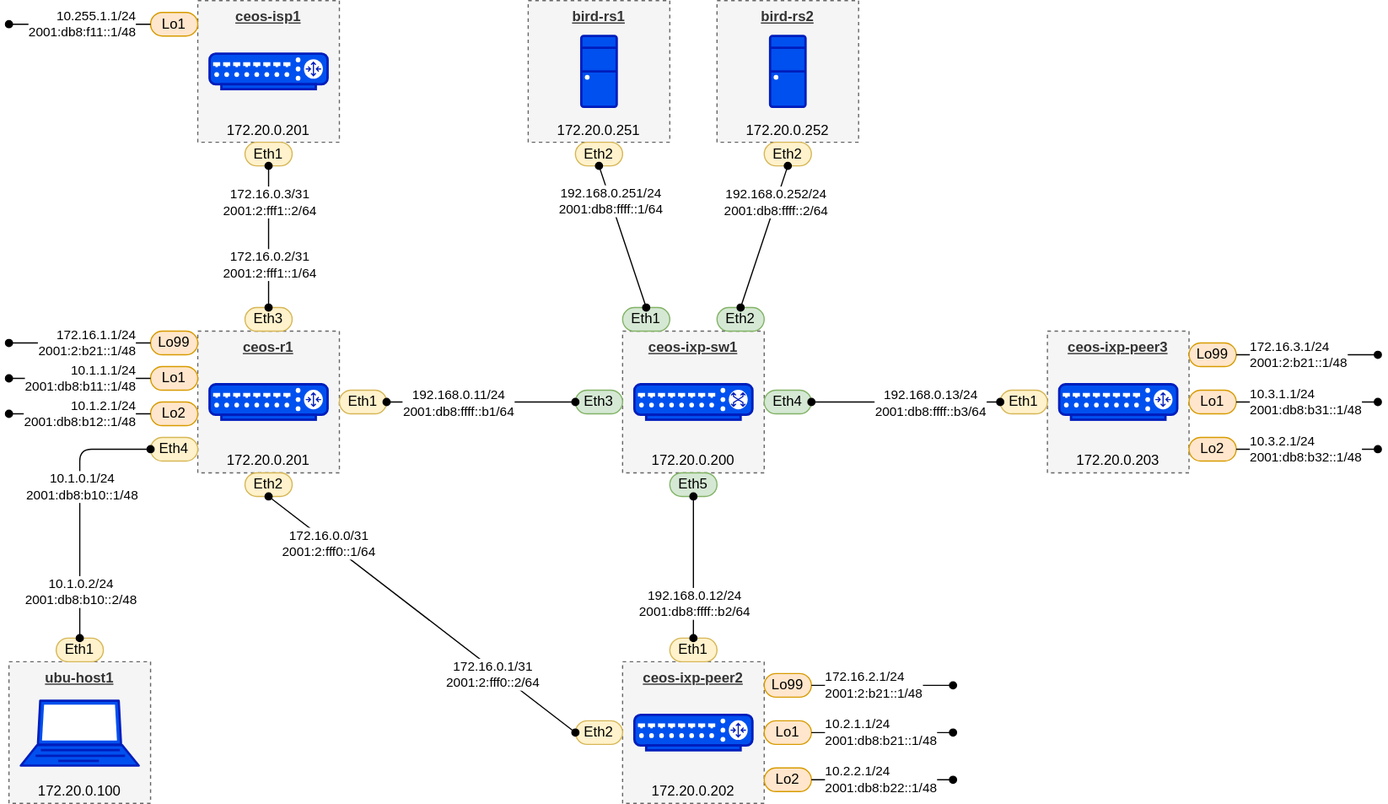
This is labs/ceos-ixp/ceos-ixp.drawio.svg from commitconfirmed/npa-showcase, a draw.io export, as it was before one commit. Source tidied: cells renumbered, new cells last; positions are measured from the earlier drawing's top-left corner, leaving out a move shared by most shapes.
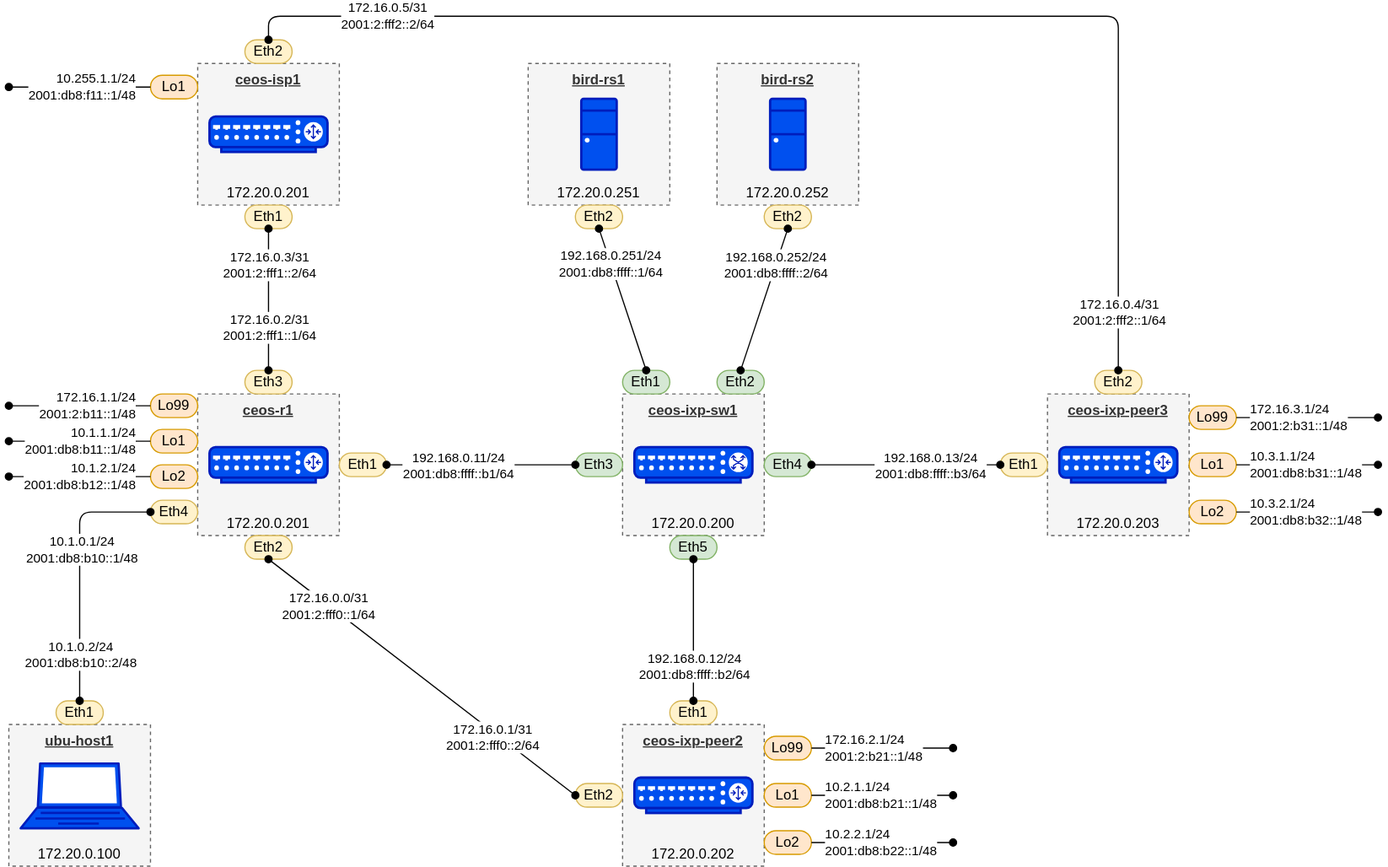
Later version of the same file.

The edit, as a diff of the source:
```diff
@@ -230,7 +230,7 @@
     <mxCell id="71" style="rounded=0;jettySize=auto;html=1;exitX=1;exitY=0.5;exitDx=0;exitDy=0;entryX=1;entryY=0.5;entryDx=0;entryDy=0;endArrow=none;endFill=0;startArrow=oval;startFill=1;" parent="1" edge="1" source="72" target="70">
       <mxGeometry relative="1" as="geometry" />
     </mxCell>
-    <mxCell id="72" value="172.16.3.1/24&lt;div&gt;2001:2:b21::1/48&lt;br&gt;&lt;/div&gt;" style="text;html=1;align=left;verticalAlign=middle;whiteSpace=wrap;rounded=0;fillColor=none;labelBackgroundColor=default;fontSize=11;" parent="1" vertex="1">
+    <mxCell id="72" value="172.16.3.1/24&lt;div&gt;2001:2:b31::1/48&lt;br&gt;&lt;/div&gt;" style="text;html=1;align=left;verticalAlign=middle;whiteSpace=wrap;rounded=0;fillColor=none;labelBackgroundColor=default;fontSize=11;" parent="1" vertex="1">
       <mxGeometry x="1050" y="280" width="110" height="40" as="geometry" />
     </mxCell>
     <mxCell id="73" value="Lo1" style="rounded=1;whiteSpace=wrap;html=1;fillColor=#ffe6cc;strokeColor=#d79b00;arcSize=50;" parent="1" vertex="1">
@@ -257,7 +257,7 @@
     <mxCell id="80" style="rounded=0;jettySize=auto;html=1;exitX=0;exitY=0.5;exitDx=0;exitDy=0;endArrow=none;endFill=0;startArrow=oval;startFill=1;entryX=0;entryY=0.5;entryDx=0;entryDy=0;" parent="1" edge="1" source="81" target="79">
       <mxGeometry relative="1" as="geometry" />
     </mxCell>
-    <mxCell id="81" value="172.16.1.1/24&lt;div&gt;2001:2:b21::1/48&lt;br&gt;&lt;/div&gt;" style="text;html=1;align=right;verticalAlign=middle;whiteSpace=wrap;rounded=0;fillColor=none;labelBackgroundColor=default;fontSize=11;" parent="1" vertex="1">
+    <mxCell id="81" value="172.16.1.1/24&lt;div&gt;2001:2:b11::1/48&lt;br&gt;&lt;/div&gt;" style="text;html=1;align=right;verticalAlign=middle;whiteSpace=wrap;rounded=0;fillColor=none;labelBackgroundColor=default;fontSize=11;" parent="1" vertex="1">
       <mxGeometry y="270" width="110" height="40" as="geometry" />
     </mxCell>
     <mxCell id="82" value="Lo1" style="rounded=1;whiteSpace=wrap;html=1;fillColor=#ffe6cc;strokeColor=#d79b00;arcSize=50;" parent="1" vertex="1">
@@ -287,5 +287,24 @@
     <mxCell id="90" value="10.255.1.1/24&lt;br&gt;2001:db8:f11::1/48" style="text;html=1;align=right;verticalAlign=middle;whiteSpace=wrap;rounded=0;fillColor=none;labelBackgroundColor=default;fontSize=11;" parent="1" vertex="1">
       <mxGeometry width="110" height="40" as="geometry" />
     </mxCell>
+    <mxCell id="91" value="Eth2" style="rounded=1;whiteSpace=wrap;html=1;fillColor=#fff2cc;strokeColor=#d6b656;arcSize=50;" parent="1" vertex="1">
+      <mxGeometry x="200" y="-20" width="40" height="20" as="geometry" />
+    </mxCell>
+    <mxCell id="92" value="Eth2" style="rounded=1;whiteSpace=wrap;html=1;fillColor=#fff2cc;strokeColor=#d6b656;arcSize=50;" parent="1" vertex="1">
+      <mxGeometry x="920" y="260" width="40" height="20" as="geometry" />
+    </mxCell>
+    <mxCell id="93" style="rounded=1;jettySize=auto;html=1;exitX=0.5;exitY=0;exitDx=0;exitDy=0;entryX=0.5;entryY=0;entryDx=0;entryDy=0;endArrow=oval;endFill=1;startArrow=oval;startFill=1;edgeStyle=orthogonalEdgeStyle;curved=0;" parent="1" edge="1" source="92" target="91">
+      <mxGeometry relative="1" as="geometry" />
+    </mxCell>
+    <mxCell id="94" value="172.16.0.5/31&lt;div&gt;2001:2:fff2::2/64&lt;/div&gt;" style="edgeLabel;html=1;align=center;verticalAlign=middle;" parent="93" vertex="1">
+      <mxGeometry x="0.17" y="-1" relative="1" as="geometry">
+        <mxPoint x="-312" as="offset" />
+      </mxGeometry>
+    </mxCell>
+    <mxCell id="95" value="172.16.0.4/31&lt;div&gt;2001:2:fff2::1/64&lt;/div&gt;" style="edgeLabel;html=1;align=center;verticalAlign=middle;" parent="93" vertex="1">
+      <mxGeometry x="-0.86" y="-2" relative="1" as="geometry">
+        <mxPoint x="-2" y="23" as="offset" />
+      </mxGeometry>
+    </mxCell>
   </root>
 </mxGraphModel>
```
